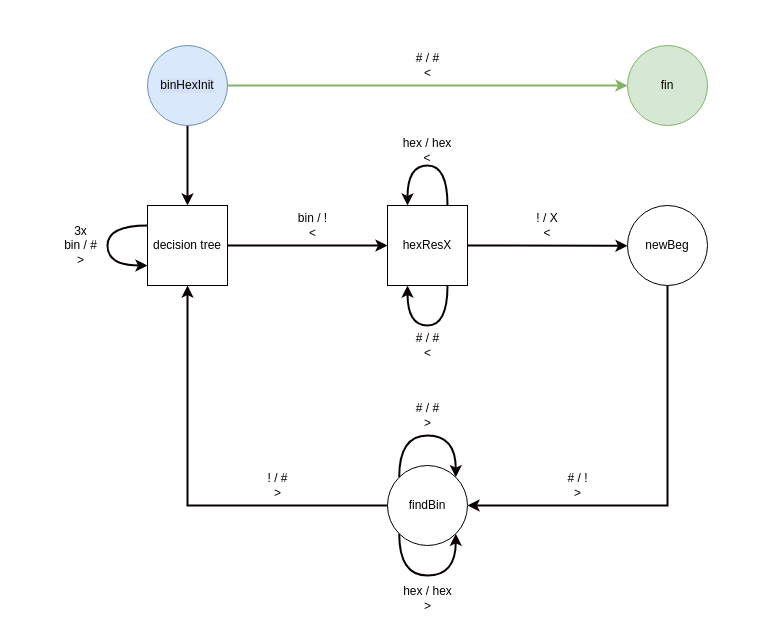
trash-hold/Sem2 keeps this draw.io diagram as page "bin to hex" (3 of 3) of turing/report/schematics.drawio. Above is the earlier version. Source tidied: cells renumbered, new cells numbered last; positions are measured from the earlier drawing's top-left corner, leaving out a move shared by most shapes. Both pictures are drawn from the tidied source at 100%, with x=0, y=0 at pixel (50, 45).
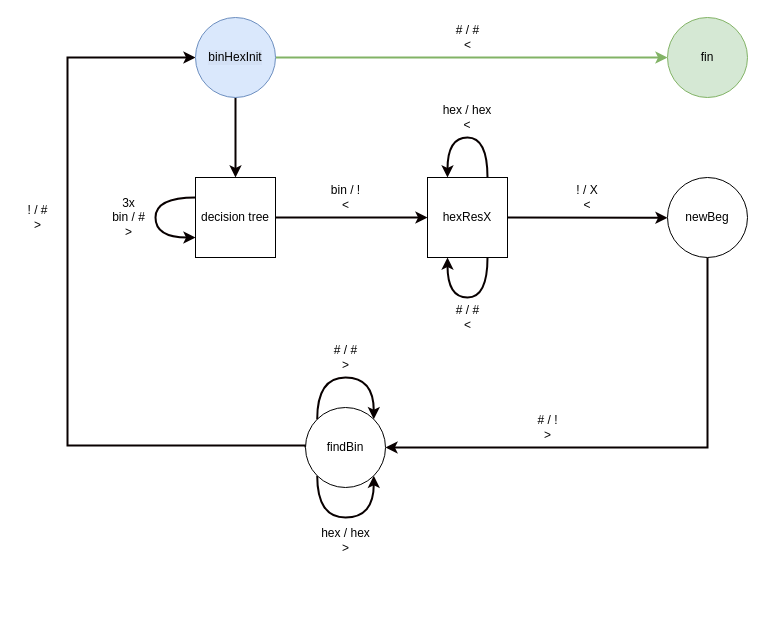
The same diagram, later.

Diff of the diagram source:
```diff
@@
     <mxCell id="2" style="edgeStyle=none;rounded=0;jettySize=auto;html=1;exitX=0.5;exitY=1;exitDx=0;exitDy=0;entryX=0.5;entryY=0;entryDx=0;entryDy=0;strokeColor=#080000;strokeWidth=2;" parent="1" edge="1" target="5">
       <mxGeometry relative="1" as="geometry">
-        <mxPoint x="137" y="80" as="sourcePoint" />
+        <mxPoint x="185" y="52" as="sourcePoint" />
       </mxGeometry>
     </mxCell>
     <mxCell id="3" style="edgeStyle=orthogonalEdgeStyle;curved=1;rounded=0;orthogonalLoop=1;jettySize=auto;html=1;exitX=0;exitY=0.25;exitDx=0;exitDy=0;strokeColor=#080000;strokeWidth=2;entryX=0;entryY=0.75;entryDx=0;entryDy=0;" parent="1" edge="1" source="5" target="5">
       <mxGeometry relative="1" as="geometry">
         <Array as="points">
-          <mxPoint x="57" y="180" />
-          <mxPoint x="57" y="220" />
+          <mxPoint x="105" y="152" />
+          <mxPoint x="105" y="192" />
         </Array>
       </mxGeometry>
     </mxCell>
@@
     <mxCell id="5" value="decision tree" style="whiteSpace=wrap;html=1;labelBackgroundColor=#FFFFFF;" parent="1" vertex="1">
-      <mxGeometry x="97" y="160" width="80" height="80" as="geometry" />
+      <mxGeometry x="145" y="132" width="80" height="80" as="geometry" />
     </mxCell>
     <mxCell id="6" style="edgeStyle=orthogonalEdgeStyle;curved=1;rounded=0;orthogonalLoop=1;jettySize=auto;html=1;exitX=0.75;exitY=0;exitDx=0;exitDy=0;strokeColor=#080000;strokeWidth=2;entryX=0.25;entryY=0;entryDx=0;entryDy=0;" parent="1" edge="1" source="9" target="9">
       <mxGeometry relative="1" as="geometry">
         <Array as="points">
-          <mxPoint x="397" y="120" />
-          <mxPoint x="357" y="120" />
+          <mxPoint x="437" y="92" />
+          <mxPoint x="397" y="92" />
         </Array>
       </mxGeometry>
     </mxCell>
     <mxCell id="7" style="edgeStyle=orthogonalEdgeStyle;curved=1;rounded=0;orthogonalLoop=1;jettySize=auto;html=1;exitX=0.75;exitY=1;exitDx=0;exitDy=0;strokeColor=#080000;strokeWidth=2;entryX=0.25;entryY=1;entryDx=0;entryDy=0;" parent="1" edge="1" source="9" target="9">
       <mxGeometry relative="1" as="geometry">
         <Array as="points">
-          <mxPoint x="397" y="280" />
-          <mxPoint x="357" y="280" />
+          <mxPoint x="437" y="252" />
+          <mxPoint x="397" y="252" />
         </Array>
       </mxGeometry>
     </mxCell>
     <mxCell id="8" style="edgeStyle=orthogonalEdgeStyle;curved=1;rounded=0;jettySize=auto;html=1;exitX=1;exitY=0.5;exitDx=0;exitDy=0;strokeColor=#080000;strokeWidth=2;" parent="1" edge="1" source="9">
       <mxGeometry relative="1" as="geometry">
-        <mxPoint x="577" y="200.3" as="targetPoint" />
+        <mxPoint x="617" y="172.3" as="targetPoint" />
       </mxGeometry>
     </mxCell>
     <mxCell id="9" value="hexResX" style="whiteSpace=wrap;html=1;labelBackgroundColor=#FFFFFF;" parent="1" vertex="1">
-      <mxGeometry x="337" y="160" width="80" height="80" as="geometry" />
+      <mxGeometry x="377" y="132" width="80" height="80" as="geometry" />
     </mxCell>
@@
     <mxCell id="11" value="newBeg" style="ellipse;whiteSpace=wrap;html=1;labelBackgroundColor=#FFFFFF;" parent="1" vertex="1">
-      <mxGeometry x="577" y="160" width="80" height="80" as="geometry" />
+      <mxGeometry x="617" y="132" width="80" height="80" as="geometry" />
     </mxCell>
-    <mxCell id="12" style="edgeStyle=orthogonalEdgeStyle;rounded=0;jettySize=auto;html=1;exitX=0;exitY=0.5;exitDx=0;exitDy=0;entryX=0.5;entryY=1;entryDx=0;entryDy=0;strokeColor=#080000;strokeWidth=2;" parent="1" edge="1" source="14" target="5">
-      <mxGeometry relative="1" as="geometry" />
+    <mxCell id="12" style="edgeStyle=orthogonalEdgeStyle;rounded=0;jettySize=auto;html=1;exitX=0;exitY=0.5;exitDx=0;exitDy=0;entryX=0;entryY=0.5;entryDx=0;entryDy=0;strokeColor=#080000;strokeWidth=2;" parent="1" edge="1" source="14" target="16">
+      <mxGeometry relative="1" as="geometry">
+        <Array as="points">
+          <mxPoint x="255" y="400" />
+          <mxPoint x="17" y="400" />
+          <mxPoint x="17" y="12" />
+        </Array>
+      </mxGeometry>
     </mxCell>
     <mxCell id="13" style="edgeStyle=orthogonalEdgeStyle;curved=1;rounded=0;orthogonalLoop=1;jettySize=auto;html=1;exitX=0;exitY=1;exitDx=0;exitDy=0;strokeColor=#080000;strokeWidth=2;entryX=1;entryY=1;entryDx=0;entryDy=0;" parent="1" edge="1" source="14" target="14">
       <mxGeometry relative="1" as="geometry">
         <Array as="points">
-          <mxPoint x="349" y="530" />
-          <mxPoint x="405" y="530" />
+          <mxPoint x="267" y="472" />
+          <mxPoint x="323" y="472" />
         </Array>
       </mxGeometry>
     </mxCell>
     <mxCell id="14" value="findBin" style="ellipse;whiteSpace=wrap;html=1;labelBackgroundColor=#FFFFFF;" parent="1" vertex="1">
-      <mxGeometry x="337" y="420" width="80" height="80" as="geometry" />
+      <mxGeometry x="255" y="362" width="80" height="80" as="geometry" />
     </mxCell>
@@
     <mxCell id="16" value="binHexInit" style="ellipse;whiteSpace=wrap;html=1;labelBackgroundColor=#D4E1F5;fillColor=#dae8fc;strokeColor=#6c8ebf;" parent="1" vertex="1">
-      <mxGeometry x="97" width="80" height="80" as="geometry" />
+      <mxGeometry x="145" y="-28" width="80" height="80" as="geometry" />
     </mxCell>
     <mxCell id="17" value="3x&lt;br&gt;bin / #&lt;br&gt;&amp;gt;" style="text;html=1;align=center;verticalAlign=middle;strokeColor=none;fillColor=none;" parent="1" vertex="1">
-      <mxGeometry y="170" width="60" height="60" as="geometry" />
+      <mxGeometry x="48" y="142" width="60" height="60" as="geometry" />
     </mxCell>
     <mxCell id="18" value="bin / !&lt;br&gt;&amp;lt;" style="text;html=1;align=center;verticalAlign=middle;strokeColor=none;fillColor=none;" parent="1" vertex="1">
-      <mxGeometry x="237" y="160" width="50" height="40" as="geometry" />
+      <mxGeometry x="270" y="132" width="50" height="40" as="geometry" />
     </mxCell>
     <mxCell id="19" value="hex / hex&lt;br&gt;&amp;lt;" style="text;html=1;strokeColor=none;fillColor=none;align=center;verticalAlign=middle;whiteSpace=wrap;rounded=0;labelBackgroundColor=none;" parent="1" vertex="1">
-      <mxGeometry x="347" y="90" width="60" height="30" as="geometry" />
+      <mxGeometry x="387" y="57" width="60" height="30" as="geometry" />
     </mxCell>
     <mxCell id="20" value="# / #&lt;br&gt;&amp;lt;" style="text;html=1;align=center;verticalAlign=middle;strokeColor=none;fillColor=none;" parent="1" vertex="1">
-      <mxGeometry x="352" y="280" width="50" height="40" as="geometry" />
+      <mxGeometry x="392" y="252" width="50" height="40" as="geometry" />
     </mxCell>
     <mxCell id="21" value="! / X&lt;br&gt;&amp;lt;" style="text;html=1;strokeColor=none;fillColor=none;align=center;verticalAlign=middle;whiteSpace=wrap;rounded=0;labelBackgroundColor=none;" parent="1" vertex="1">
-      <mxGeometry x="467" y="165" width="60" height="30" as="geometry" />
+      <mxGeometry x="507" y="137" width="60" height="30" as="geometry" />
     </mxCell>
     <mxCell id="22" value="# / !&lt;br&gt;&amp;gt;" style="text;html=1;align=center;verticalAlign=middle;strokeColor=none;fillColor=none;" parent="1" vertex="1">
-      <mxGeometry x="507" y="420" width="40" height="40" as="geometry" />
+      <mxGeometry x="477" y="362" width="40" height="40" as="geometry" />
     </mxCell>
     <mxCell id="23" value="hex / hex&lt;br&gt;&amp;gt;" style="text;html=1;align=center;verticalAlign=middle;strokeColor=none;fillColor=none;" parent="1" vertex="1">
-      <mxGeometry x="342" y="533" width="70" height="40" as="geometry" />
+      <mxGeometry x="260" y="475" width="70" height="40" as="geometry" />
     </mxCell>
     <mxCell id="24" style="edgeStyle=orthogonalEdgeStyle;curved=1;rounded=0;orthogonalLoop=1;jettySize=auto;html=1;exitX=0;exitY=1;exitDx=0;exitDy=0;strokeColor=#080000;strokeWidth=2;entryX=1;entryY=1;entryDx=0;entryDy=0;" parent="1" edge="1">
       <mxGeometry relative="1" as="geometry">
-        <mxPoint x="348.7" y="431.7" as="sourcePoint" />
-        <mxPoint x="405.3" y="431.7" as="targetPoint" />
+        <mxPoint x="266.7" y="373.7" as="sourcePoint" />
+        <mxPoint x="323.3" y="373.7" as="targetPoint" />
         <Array as="points">
-          <mxPoint x="349" y="390" />
-          <mxPoint x="405" y="390" />
+          <mxPoint x="267" y="332" />
+          <mxPoint x="323" y="332" />
         </Array>
       </mxGeometry>
     </mxCell>
     <mxCell id="25" value="# / #&lt;br&gt;&amp;gt;" style="text;html=1;align=center;verticalAlign=middle;strokeColor=none;fillColor=none;" parent="1" vertex="1">
-      <mxGeometry x="352" y="350" width="50" height="40" as="geometry" />
+      <mxGeometry x="270" y="292" width="50" height="40" as="geometry" />
     </mxCell>
     <mxCell id="26" value="! / #&lt;br&gt;&amp;gt;" style="text;html=1;align=center;verticalAlign=middle;strokeColor=none;fillColor=none;" parent="1" vertex="1">
-      <mxGeometry x="207" y="420" width="40" height="40" as="geometry" />
+      <mxGeometry x="-33" y="152" width="40" height="40" as="geometry" />
     </mxCell>
     <mxCell id="27" value="# / #&lt;br&gt;&amp;lt;" style="text;html=1;align=center;verticalAlign=middle;strokeColor=none;fillColor=none;" parent="1" vertex="1">
-      <mxGeometry x="352" width="50" height="40" as="geometry" />
+      <mxGeometry x="392" y="-28" width="50" height="40" as="geometry" />
     </mxCell>
     <mxCell id="28" value="fin" style="ellipse;whiteSpace=wrap;html=1;labelBackgroundColor=none;strokeColor=#82b366;fillColor=#d5e8d4;" parent="1" vertex="1">
-      <mxGeometry x="577" width="80" height="80" as="geometry" />
+      <mxGeometry x="617" y="-28" width="80" height="80" as="geometry" />
     </mxCell>
```
